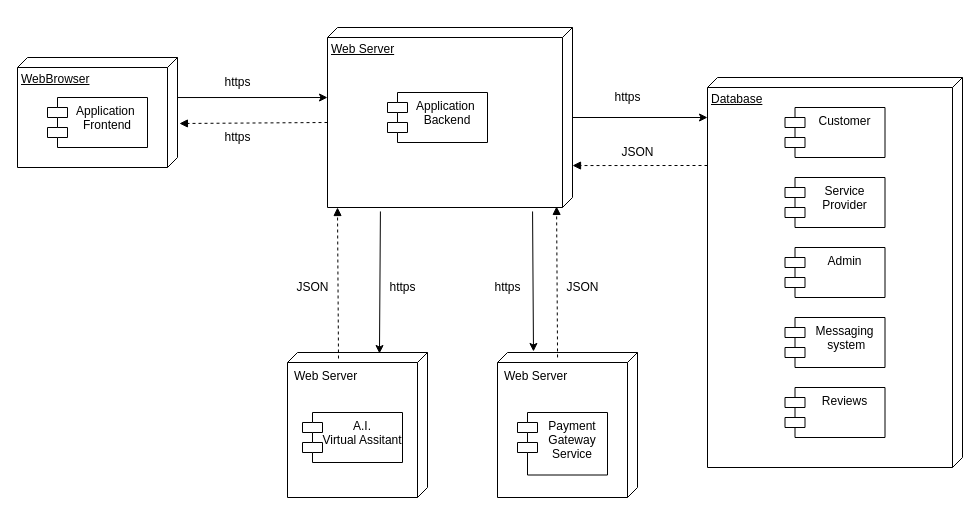
The draw.io diagram Diagrams/DeploymentDiagram.drawio in schurch82/High-Five-Star, before the edit. Source tidied: cells renumbered, new cells numbered last; positions are measured from the earlier drawing's top-left corner, leaving out a move shared by most shapes. Both pictures are drawn from the tidied source at 100%, with x=0, y=0 at pixel (17, 27).
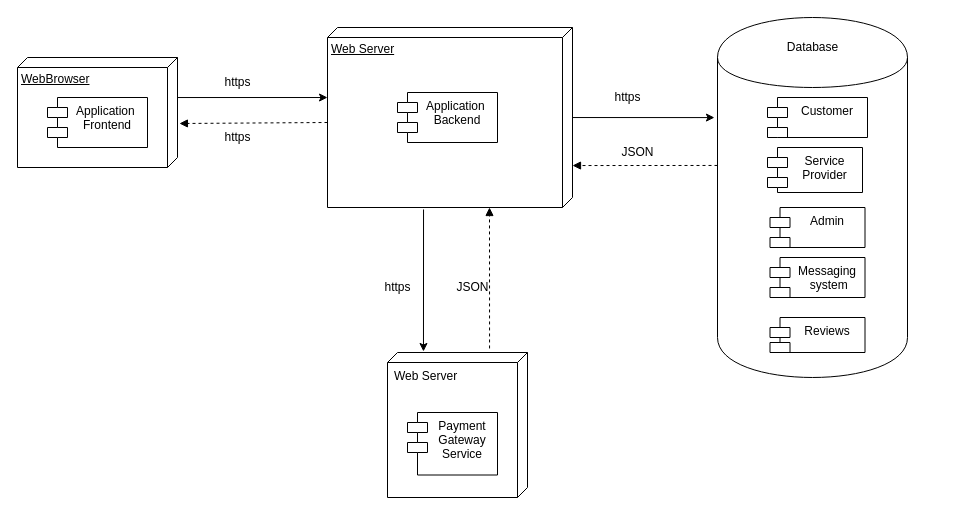
Above is the later version.

Commit message:
removes A.I service, changes database representation

Unchanged cells that the change refers to:
```xml
<mxCell id="12" value="Web Server" style="verticalAlign=top;align=left;spacingTop=8;spacingLeft=2;spacingRight=12;shape=cube;size=10;direction=south;fontStyle=4;html=1;" parent="1" vertex="1">
  <mxGeometry x="310" width="245" height="180" as="geometry" />
</mxCell>
```

What changed in the source:
```diff
@@
-    <mxCell id="4" value="Database" style="verticalAlign=top;align=left;spacingTop=8;spacingLeft=2;spacingRight=12;shape=cube;size=10;direction=south;fontStyle=4;html=1;" parent="1" vertex="1">
-      <mxGeometry x="690" y="50" width="255" height="390" as="geometry" />
-    </mxCell>
-    <mxCell id="5" value="Web Server" style="verticalAlign=top;align=left;shape=cube;size=10;direction=south;fontStyle=0;html=1;boundedLbl=1;spacingLeft=5;" parent="1" vertex="1">
-      <mxGeometry x="270" y="325" width="140" height="145" as="geometry" />
-    </mxCell>
-    <mxCell id="6" value="Customer" style="shape=module;align=left;spacingLeft=20;align=center;verticalAlign=top;" parent="1" vertex="1">
-      <mxGeometry x="767.5" y="80" width="100" height="50" as="geometry" />
-    </mxCell>
-    <mxCell id="7" value="Service &#10;Provider" style="shape=module;align=left;spacingLeft=20;align=center;verticalAlign=top;" parent="1" vertex="1">
-      <mxGeometry x="767.5" y="150" width="100" height="50" as="geometry" />
-    </mxCell>
-    <mxCell id="8" value="Admin" style="shape=module;align=left;spacingLeft=20;align=center;verticalAlign=top;" parent="1" vertex="1">
-      <mxGeometry x="767.5" y="220" width="100" height="50" as="geometry" />
-    </mxCell>
-    <mxCell id="9" style="edgeStyle=none;html=1;entryX=0.007;entryY=0.343;entryDx=0;entryDy=0;entryPerimeter=0;exitX=1.022;exitY=0.784;exitDx=0;exitDy=0;exitPerimeter=0;" parent="1" edge="1" source="12" target="5">
-      <mxGeometry relative="1" as="geometry" />
-    </mxCell>
-    <mxCell id="10" style="edgeStyle=none;html=1;exitX=1.022;exitY=0.163;exitDx=0;exitDy=0;exitPerimeter=0;entryX=-0.007;entryY=0.743;entryDx=0;entryDy=0;entryPerimeter=0;" parent="1" edge="1" source="12" target="16">
+    <mxCell id="10" style="edgeStyle=none;html=1;exitX=1.011;exitY=0.608;exitDx=0;exitDy=0;exitPerimeter=0;entryX=-0.007;entryY=0.743;entryDx=0;entryDy=0;entryPerimeter=0;" parent="1" edge="1" source="12" target="16">
       <mxGeometry relative="1" as="geometry" />
     </mxCell>
-    <mxCell id="11" style="edgeStyle=none;html=1;" parent="1" edge="1" source="12">
-      <mxGeometry relative="1" as="geometry">
-        <mxPoint x="690" y="90" as="targetPoint" />
-      </mxGeometry>
+    <mxCell id="11" style="edgeStyle=none;html=1;entryX=-0.016;entryY=0.278;entryDx=0;entryDy=0;entryPerimeter=0;" parent="1" edge="1" source="12" target="32">
+      <mxGeometry relative="1" as="geometry" />
     </mxCell>
@@
     <mxCell id="13" value="Application &#10;Backend" style="shape=module;align=left;spacingLeft=20;align=center;verticalAlign=top;" parent="1" vertex="1">
-      <mxGeometry x="370" y="65" width="100" height="50" as="geometry" />
+      <mxGeometry x="380" y="65" width="100" height="50" as="geometry" />
     </mxCell>
@@
-    <mxCell id="15" value="A.I.&#10;Virtual Assitant" style="shape=module;align=left;spacingLeft=20;align=center;verticalAlign=top;" parent="1" vertex="1">
-      <mxGeometry x="285" y="385" width="100" height="50" as="geometry" />
-    </mxCell>
     <mxCell id="16" value="Web Server" style="verticalAlign=top;align=left;shape=cube;size=10;direction=south;fontStyle=0;html=1;boundedLbl=1;spacingLeft=5;" parent="1" vertex="1">
-      <mxGeometry x="480" y="325" width="140" height="145" as="geometry" />
+      <mxGeometry x="370" y="325" width="140" height="145" as="geometry" />
     </mxCell>
     <mxCell id="17" value="Payment&#10;Gateway&#10;Service" style="shape=module;align=left;spacingLeft=20;align=center;verticalAlign=top;" parent="1" vertex="1">
-      <mxGeometry x="500" y="385" width="90" height="62.5" as="geometry" />
+      <mxGeometry x="390" y="385" width="90" height="62.5" as="geometry" />
     </mxCell>
-    <mxCell id="18" style="html=1;verticalAlign=bottom;labelBackgroundColor=none;endArrow=block;endFill=1;dashed=1;entryX=0.994;entryY=0.065;entryDx=0;entryDy=0;entryPerimeter=0;exitX=0.034;exitY=0.571;exitDx=0;exitDy=0;exitPerimeter=0;" parent="1" edge="1" source="16" target="12">
-      <mxGeometry relative="1" as="geometry" />
+    <mxCell id="18" style="html=1;verticalAlign=bottom;labelBackgroundColor=none;endArrow=block;endFill=1;dashed=1;exitX=-0.028;exitY=0.271;exitDx=0;exitDy=0;exitPerimeter=0;" parent="1" edge="1" source="16">
+      <mxGeometry relative="1" as="geometry">
+        <mxPoint x="472" y="180" as="targetPoint" />
+      </mxGeometry>
     </mxCell>
-    <mxCell id="19" style="html=1;verticalAlign=bottom;labelBackgroundColor=none;endArrow=block;endFill=1;dashed=1;entryX=0.767;entryY=0;entryDx=0;entryDy=0;entryPerimeter=0;" parent="1" edge="1" target="12">
-      <mxGeometry relative="1" as="geometry">
-        <mxPoint x="690" y="138" as="sourcePoint" />
-      </mxGeometry>
+    <mxCell id="19" style="html=1;verticalAlign=bottom;labelBackgroundColor=none;endArrow=block;endFill=1;dashed=1;entryX=0.767;entryY=0;entryDx=0;entryDy=0;entryPerimeter=0;exitX=0;exitY=0.411;exitDx=0;exitDy=0;exitPerimeter=0;" parent="1" edge="1" source="32" target="12">
+      <mxGeometry relative="1" as="geometry" />
     </mxCell>
-    <mxCell id="20" style="html=1;verticalAlign=bottom;labelBackgroundColor=none;endArrow=block;endFill=1;dashed=1;entryX=0.994;entryY=0.065;entryDx=0;entryDy=0;entryPerimeter=0;exitX=0.034;exitY=0.571;exitDx=0;exitDy=0;exitPerimeter=0;" parent="1" edge="1">
-      <mxGeometry relative="1" as="geometry">
-        <mxPoint x="321" y="331" as="sourcePoint" />
-        <mxPoint x="320" y="180" as="targetPoint" />
-      </mxGeometry>
-    </mxCell>
-    <mxCell id="21" value="Messaging&#10; system" style="shape=module;align=left;spacingLeft=20;align=center;verticalAlign=top;" parent="1" vertex="1">
-      <mxGeometry x="767.5" y="290" width="100" height="50" as="geometry" />
-    </mxCell>
@@
-    <mxCell id="23" value="Reviews" style="shape=module;align=left;spacingLeft=20;align=center;verticalAlign=top;" parent="1" vertex="1">
-      <mxGeometry x="767.5" y="360" width="100" height="50" as="geometry" />
-    </mxCell>
@@
     <mxCell id="28" value="https" style="text;html=1;align=center;verticalAlign=middle;strokeColor=none;fillColor=none;" parent="1" vertex="1">
-      <mxGeometry x="470" y="250" width="40" height="20" as="geometry" />
+      <mxGeometry x="360" y="250" width="40" height="20" as="geometry" />
     </mxCell>
-    <mxCell id="29" value="https" style="text;html=1;align=center;verticalAlign=middle;strokeColor=none;fillColor=none;" parent="1" vertex="1">
-      <mxGeometry x="365" y="250" width="40" height="20" as="geometry" />
-    </mxCell>
     <mxCell id="30" value="JSON" style="text;html=1;align=center;verticalAlign=middle;strokeColor=none;fillColor=none;" parent="1" vertex="1">
-      <mxGeometry x="540" y="250" width="50" height="20" as="geometry" />
+      <mxGeometry x="430" y="250" width="50" height="20" as="geometry" />
     </mxCell>
-    <mxCell id="31" value="JSON" style="text;html=1;align=center;verticalAlign=middle;strokeColor=none;fillColor=none;" parent="1" vertex="1">
-      <mxGeometry x="270" y="250" width="50" height="20" as="geometry" />
-    </mxCell>
+    <mxCell id="32" style="shape=cylinder;whiteSpace=wrap;html=1;boundedLbl=1;backgroundOutline=1;" parent="1" vertex="1">
+      <mxGeometry x="700" y="-10" width="190" height="360" as="geometry" />
+    </mxCell>
+    <mxCell id="23" value="Reviews" style="shape=module;align=left;spacingLeft=20;align=center;verticalAlign=top;" parent="1" vertex="1">
+      <mxGeometry x="752.5" y="290" width="95" height="35" as="geometry" />
+    </mxCell>
+    <mxCell id="6" value="Customer" style="shape=module;align=left;spacingLeft=20;align=center;verticalAlign=top;" parent="1" vertex="1">
+      <mxGeometry x="750" y="70" width="100" height="40" as="geometry" />
+    </mxCell>
+    <mxCell id="7" value="Service &#10;Provider" style="shape=module;align=left;spacingLeft=20;align=center;verticalAlign=top;" parent="1" vertex="1">
+      <mxGeometry x="750" y="120" width="95" height="45" as="geometry" />
+    </mxCell>
+    <mxCell id="21" value="Messaging&#10; system" style="shape=module;align=left;spacingLeft=20;align=center;verticalAlign=top;" parent="1" vertex="1">
+      <mxGeometry x="752.5" y="230" width="95" height="40" as="geometry" />
+    </mxCell>
+    <mxCell id="8" value="Admin" style="shape=module;align=left;spacingLeft=20;align=center;verticalAlign=top;" parent="1" vertex="1">
+      <mxGeometry x="752.5" y="180" width="95" height="40" as="geometry" />
+    </mxCell>
+    <mxCell id="4" value="Database" style="text;html=1;align=center;verticalAlign=middle;strokeColor=none;fillColor=none;" parent="1" vertex="1">
+      <mxGeometry x="760" y="10" width="70" height="20" as="geometry" />
+    </mxCell>
```
